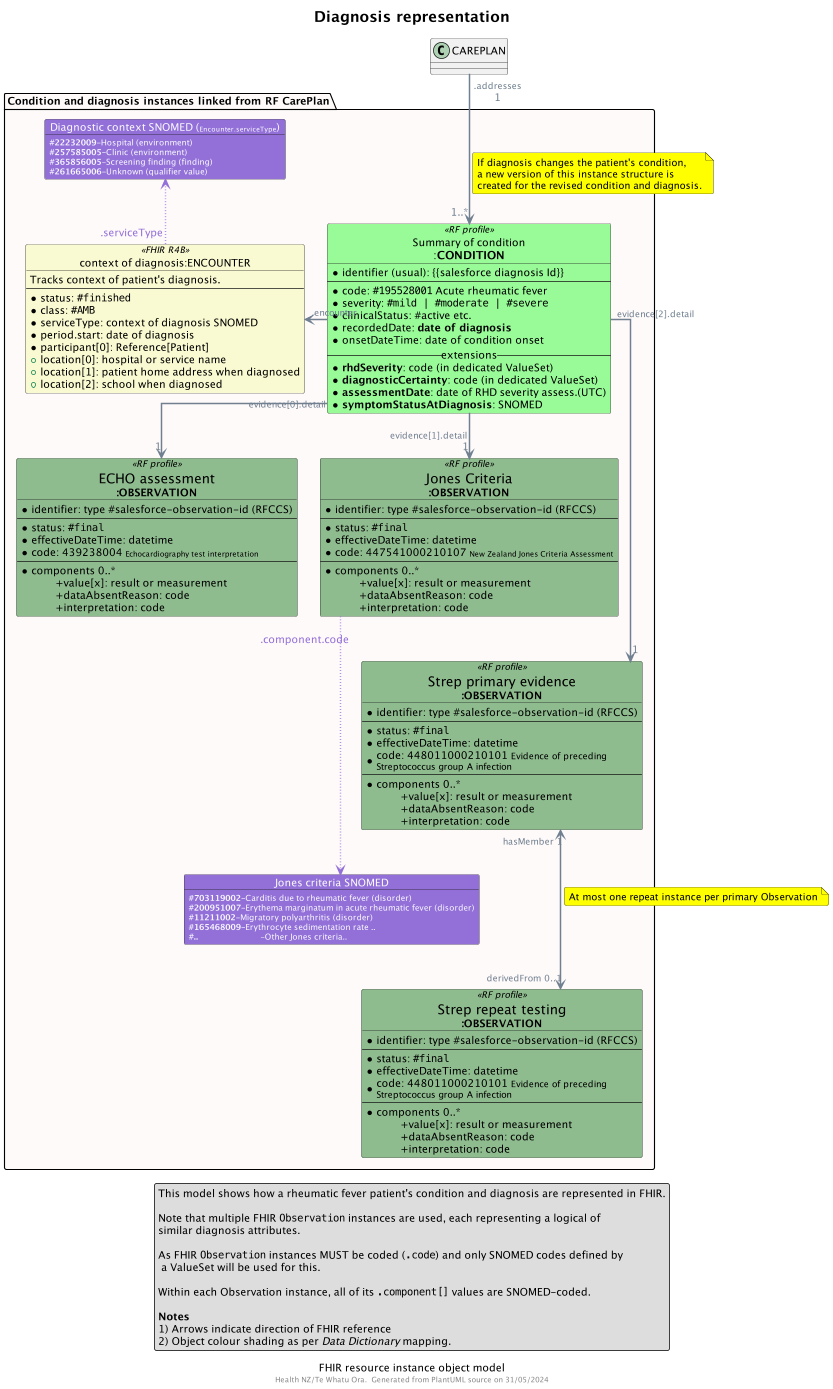
Earlier version of the PlantUML export input/images/obj-FHIR-data-diagnosis.png (tewhatuora/fhir-rheumatic-fever).
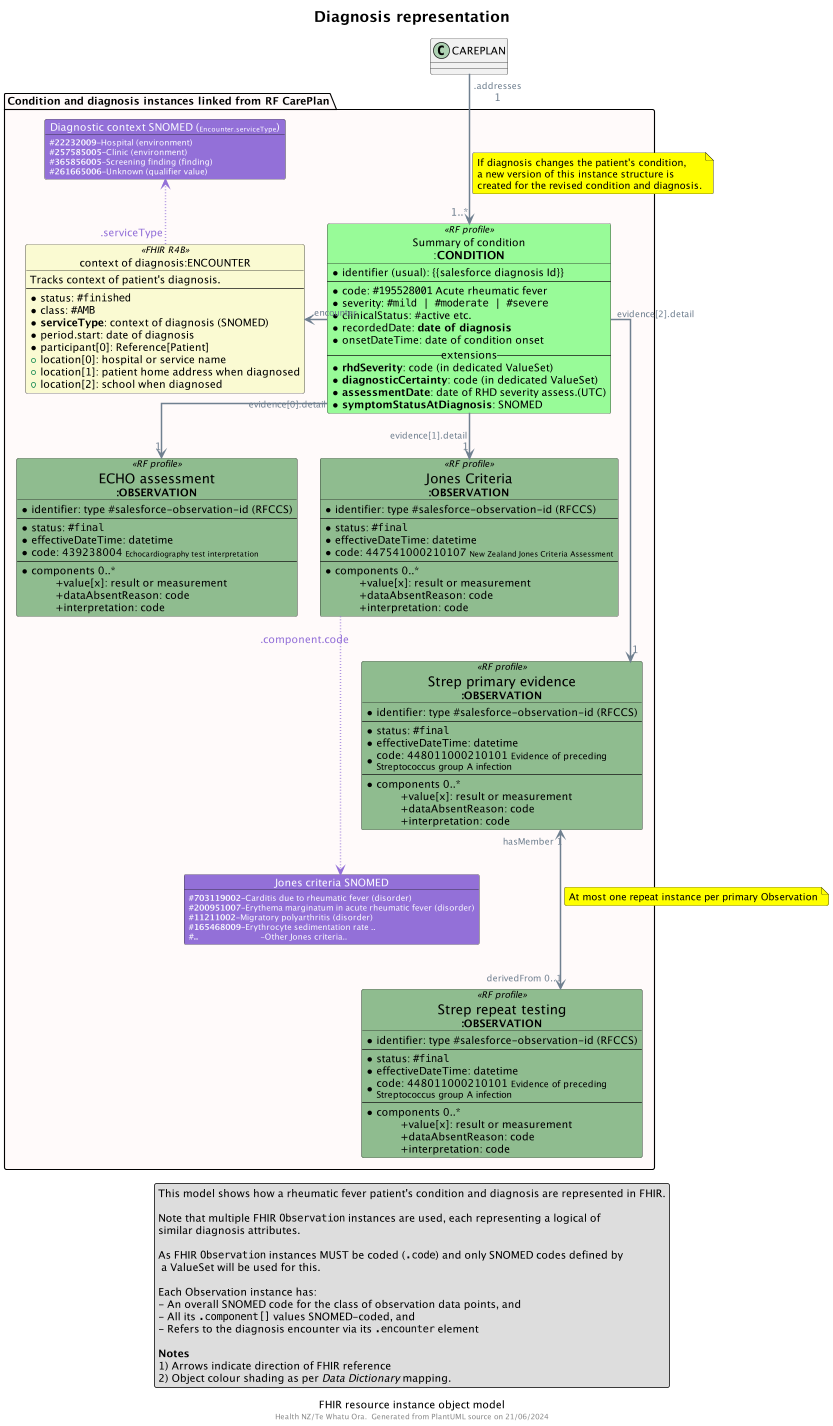
After the change.

Change to the diagram source:
```diff
@@ -58,7 +58,7 @@
     ---
     * status: ""#finished""
     * class: ""#AMB""
-    * serviceType: context of diagnosis SNOMED
+    * **serviceType**: context of diagnosis (SNOMED)
     * period.start: date of diagnosis
     * participant[0]: Reference[Patient]
     + location[0]: hospital or service name
@@ -147,6 +147,7 @@
 RFCOND "\nevidence[1].detail" -d-> "<size:14>1" OBS2
 RFCOND "evidence[2].detail" -d--> "<size:14>1" OBS3
 OBS3 "hasMember 1" <-d--> "derivedFrom 0..1" OBS4
+
 note on link #Yellow
 At most one repeat instance per primary Observation
 endnote
@@ -164,7 +165,10 @@
   As FHIR ""Observation"" instances MUST be coded ("".code"") and only SNOMED codes defined by
    a ValueSet will be used for this.
 
-  Within each Observation instance, all of its "".component[]"" values are SNOMED-coded.
+  Each Observation instance has:
+  - An overall SNOMED code for the class of observation data points, and
+  - All its "".component[]"" values SNOMED-coded, and
+  - Refers to the diagnosis encounter via its "".encounter"" element
 
   **Notes**
   1) Arrows indicate direction of FHIR reference
```
